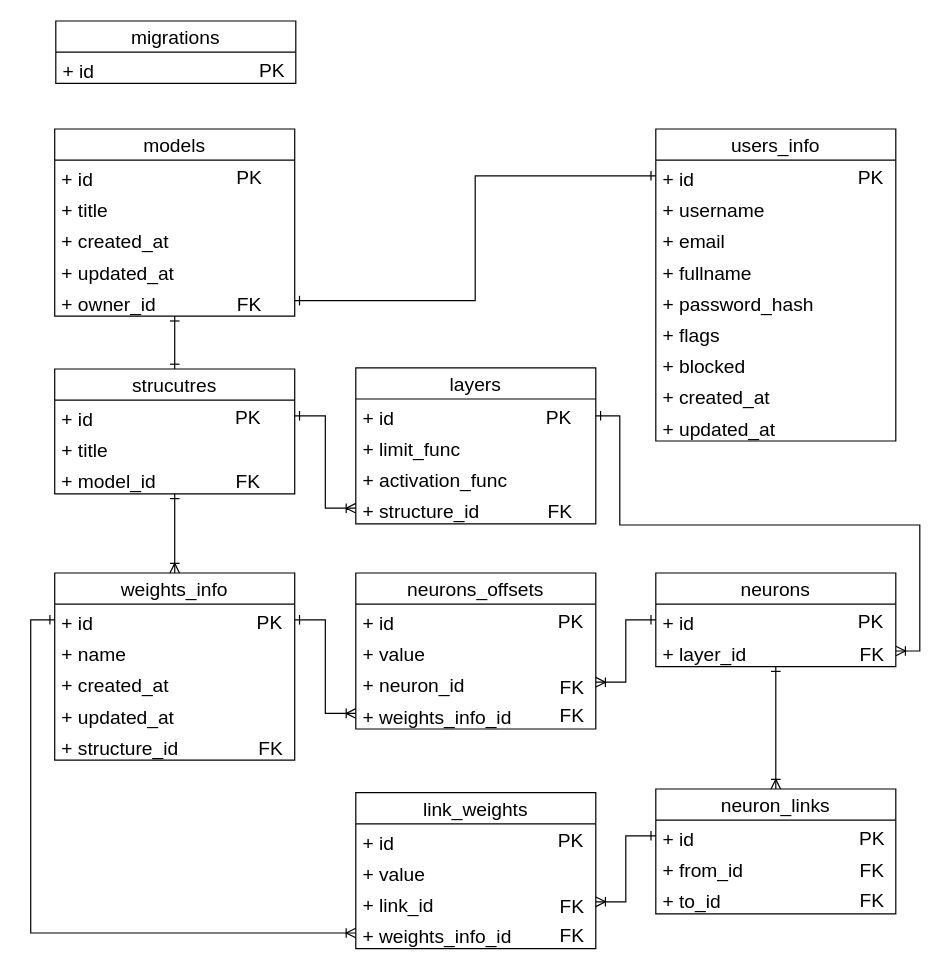
Above: page "er" (2 of 2) of docs/schema/er.drawio in migregal/bmstu-iu7-db-cp (draw.io), before the change. Source tidied: cells renumbered, new cells numbered last; positions are measured from the earlier drawing's top-left corner, leaving out a move shared by most shapes. Both pictures are drawn from the tidied source at 120%, with x=0, y=0 at pixel (54, 20).
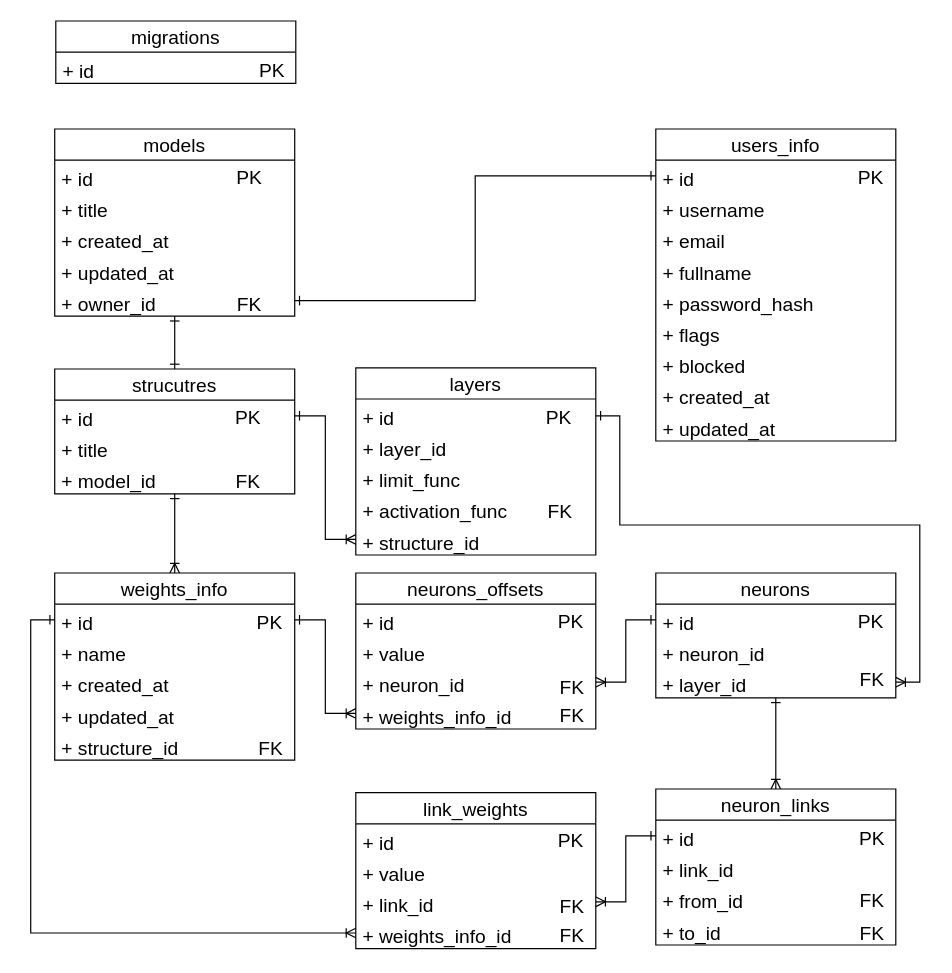
The same diagram, later.

Commit message (it also covers changes not shown here):
fixes: schemas upd

The change refers to these unchanged cells:
```xml
<mxCell id="46" value="+ id" style="text;strokeColor=none;fillColor=none;align=left;verticalAlign=top;spacingLeft=4;spacingRight=4;overflow=hidden;points=[[0,0.5],[1,0.5]];portConstraint=eastwest;fontSize=16;" parent="45" vertex="1">
  <mxGeometry y="26" width="200" height="26" as="geometry" />
</mxCell>
```

Change to the diagram source:
```diff
@@
     <mxCell id="37" value="neuron_links" style="swimlane;fontStyle=0;horizontal=1;startSize=26;fillColor=none;fontSize=16;" parent="1" vertex="1">
-      <mxGeometry x="501" y="640" width="200" height="104" as="geometry" />
+      <mxGeometry x="501" y="640" width="200" height="130" as="geometry" />
     </mxCell>
@@
+    <mxCell id="84" value="+ link_id" style="text;strokeColor=none;fillColor=none;align=left;verticalAlign=top;spacingLeft=4;spacingRight=4;overflow=hidden;fontSize=16;" parent="37" vertex="1">
+      <mxGeometry y="52" width="200" height="26" as="geometry" />
+    </mxCell>
     <mxCell id="39" value="+ from_id" style="text;strokeColor=none;fillColor=none;align=left;verticalAlign=top;spacingLeft=4;spacingRight=4;overflow=hidden;fontSize=16;" parent="37" vertex="1">
-      <mxGeometry y="52" width="200" height="26" as="geometry" />
+      <mxGeometry y="78" width="200" height="26" as="geometry" />
     </mxCell>
     <mxCell id="40" value="+ to_id" style="text;strokeColor=none;fillColor=none;align=left;verticalAlign=top;spacingLeft=4;spacingRight=4;overflow=hidden;fontSize=16;" parent="37" vertex="1">
-      <mxGeometry y="78" width="200" height="26" as="geometry" />
+      <mxGeometry y="104" width="200" height="26" as="geometry" />
     </mxCell>
@@
     <mxCell id="43" value="FK" style="text;html=1;align=center;verticalAlign=middle;strokeColor=none;fillColor=none;fontSize=16;" parent="1" vertex="1">
-      <mxGeometry x="661" y="698" width="40" height="20" as="geometry" />
+      <mxGeometry x="661" y="750" width="40" height="20" as="geometry" />
     </mxCell>
@@
     <mxCell id="45" value="layers" style="swimlane;fontStyle=0;horizontal=1;startSize=26;fillColor=none;fontSize=16;" parent="1" vertex="1">
-      <mxGeometry x="251" y="289" width="200" height="130" as="geometry" />
+      <mxGeometry x="251" y="289" width="200" height="156" as="geometry" />
     </mxCell>
@@
+    <mxCell id="85" value="+ layer_id" style="text;strokeColor=none;fillColor=none;align=left;verticalAlign=top;spacingLeft=4;spacingRight=4;overflow=hidden;fontSize=16;" parent="45" vertex="1">
+      <mxGeometry y="52" width="200" height="26" as="geometry" />
+    </mxCell>
     <mxCell id="47" value="+ limit_func" style="text;strokeColor=none;fillColor=none;align=left;verticalAlign=top;spacingLeft=4;spacingRight=4;overflow=hidden;fontSize=16;" parent="45" vertex="1">
-      <mxGeometry y="52" width="200" height="26" as="geometry" />
+      <mxGeometry y="78" width="200" height="26" as="geometry" />
     </mxCell>
     <mxCell id="48" value="+ activation_func" style="text;strokeColor=none;fillColor=none;align=left;verticalAlign=top;spacingLeft=4;spacingRight=4;overflow=hidden;fontSize=16;" parent="45" vertex="1">
-      <mxGeometry y="78" width="200" height="26" as="geometry" />
+      <mxGeometry y="104" width="200" height="26" as="geometry" />
     </mxCell>
     <mxCell id="49" value="+ structure_id" style="text;strokeColor=none;fillColor=none;align=left;verticalAlign=top;spacingLeft=4;spacingRight=4;overflow=hidden;points=[[0,0.5],[1,0.5]];portConstraint=eastwest;fontSize=16;" parent="45" vertex="1">
-      <mxGeometry y="104" width="200" height="26" as="geometry" />
+      <mxGeometry y="130" width="200" height="26" as="geometry" />
     </mxCell>
@@
     <mxCell id="53" value="neurons" style="swimlane;fontStyle=0;horizontal=1;startSize=26;fillColor=none;fontSize=16;" parent="1" vertex="1">
-      <mxGeometry x="501" y="460" width="200" height="78" as="geometry" />
+      <mxGeometry x="501" y="460" width="200" height="104" as="geometry" />
     </mxCell>
@@
+    <mxCell id="86" value="+ neuron_id" style="text;strokeColor=none;fillColor=none;align=left;verticalAlign=top;spacingLeft=4;spacingRight=4;overflow=hidden;fontSize=16;" parent="53" vertex="1">
+      <mxGeometry y="52" width="200" height="26" as="geometry" />
+    </mxCell>
     <mxCell id="55" value="+ layer_id" style="text;strokeColor=none;fillColor=none;align=left;verticalAlign=top;spacingLeft=4;spacingRight=4;overflow=hidden;points=[[0,0.5],[1,0.5]];portConstraint=eastwest;fontSize=16;" parent="53" vertex="1">
-      <mxGeometry y="52" width="200" height="26" as="geometry" />
+      <mxGeometry y="78" width="200" height="26" as="geometry" />
     </mxCell>
     <mxCell id="56" value="FK" style="text;html=1;align=center;verticalAlign=middle;strokeColor=none;fillColor=none;fontSize=16;" parent="1" vertex="1">
-      <mxGeometry x="661" y="518" width="40" height="20" as="geometry" />
+      <mxGeometry x="661" y="539" width="40" height="20" as="geometry" />
     </mxCell>
@@
     <mxCell id="78" style="edgeStyle=orthogonalEdgeStyle;rounded=0;jettySize=auto;html=1;fontSize=16;startArrow=ERoneToMany;startFill=0;endArrow=ERone;endFill=0;" parent="1" edge="1" source="55" target="46">
       <mxGeometry relative="1" as="geometry">
         <Array as="points">
-          <mxPoint x="721" y="525" />
+          <mxPoint x="721" y="551" />
           <mxPoint x="721" y="420" />
           <mxPoint x="471" y="420" />
           <mxPoint x="471" y="329" />
         </Array>
       </mxGeometry>
     </mxCell>
```
